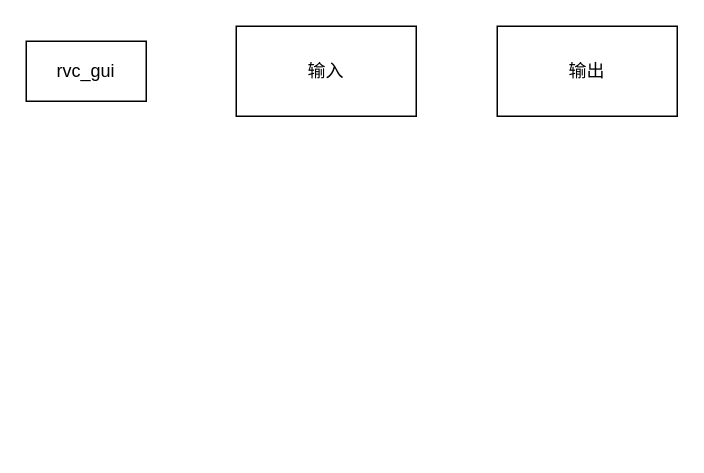
Above: 未命名绘图.drawio in lanendiencgr2002/typora-assistant (draw.io), before the change. Source tidied: cells renumbered, new cells numbered last; positions are measured from the earlier drawing's top-left corner, leaving out a move shared by most shapes. Both pictures are drawn from the tidied source at 150%, with x=0, y=0 at pixel (26, 26).
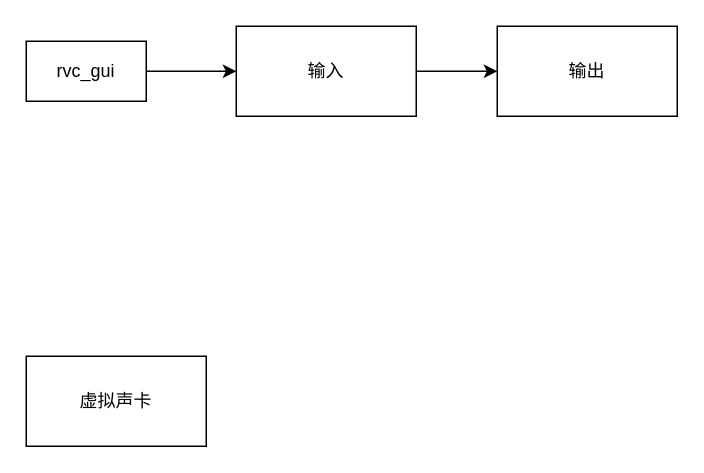
The same page after the edit.

Commit message (it also covers changes not shown here):
更新未命名绘图.drawio

What changed in the source:
```diff
@@
 <mxGraphModel>
   <root>
     <mxCell id="0" />
     <mxCell id="1" parent="0" />
+    <mxCell id="5" style="edgeStyle=orthogonalEdgeStyle;rounded=0;jettySize=auto;html=1;exitX=1;exitY=0.5;exitDx=0;exitDy=0;" parent="1" edge="1" source="2" target="3">
+      <mxGeometry relative="1" as="geometry" />
+    </mxCell>
     <mxCell id="2" value="rvc_gui" style="rounded=0;whiteSpace=wrap;html=1;" parent="1" vertex="1">
       <mxGeometry y="10" width="80" height="40" as="geometry" />
     </mxCell>
+    <mxCell id="6" style="edgeStyle=orthogonalEdgeStyle;rounded=0;jettySize=auto;html=1;exitX=1;exitY=0.5;exitDx=0;exitDy=0;entryX=0;entryY=0.5;entryDx=0;entryDy=0;" parent="1" edge="1" source="3" target="4">
+      <mxGeometry relative="1" as="geometry" />
+    </mxCell>
     <mxCell id="3" value="输入" style="rounded=0;whiteSpace=wrap;html=1;" parent="1" vertex="1">
       <mxGeometry x="140" width="120" height="60" as="geometry" />
     </mxCell>
     <mxCell id="4" value="输出" style="rounded=0;whiteSpace=wrap;html=1;" parent="1" vertex="1">
       <mxGeometry x="314" width="120" height="60" as="geometry" />
     </mxCell>
+    <mxCell id="7" value="虚拟声卡" style="rounded=0;whiteSpace=wrap;html=1;" parent="1" vertex="1">
+      <mxGeometry y="220" width="120" height="60" as="geometry" />
+    </mxCell>
   </root>
 </mxGraphModel>
```
